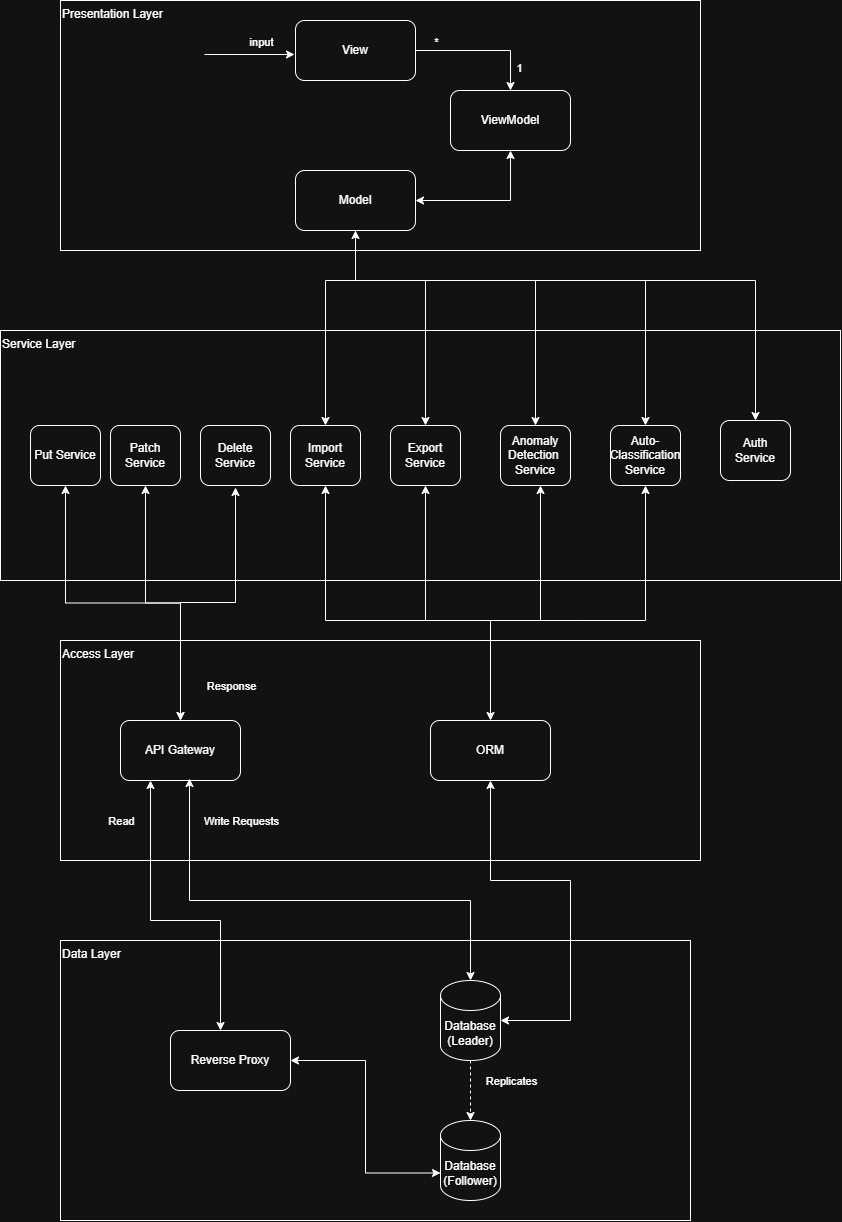
COS301-SE-2026/Mobile-Budgeting-App keeps this draw.io diagram as docs/Architecture_diagram.png. Above is the earlier version. Source tidied: cells renumbered, new cells last; positions are measured from the earlier drawing's top-left corner, leaving out a move shared by most shapes.
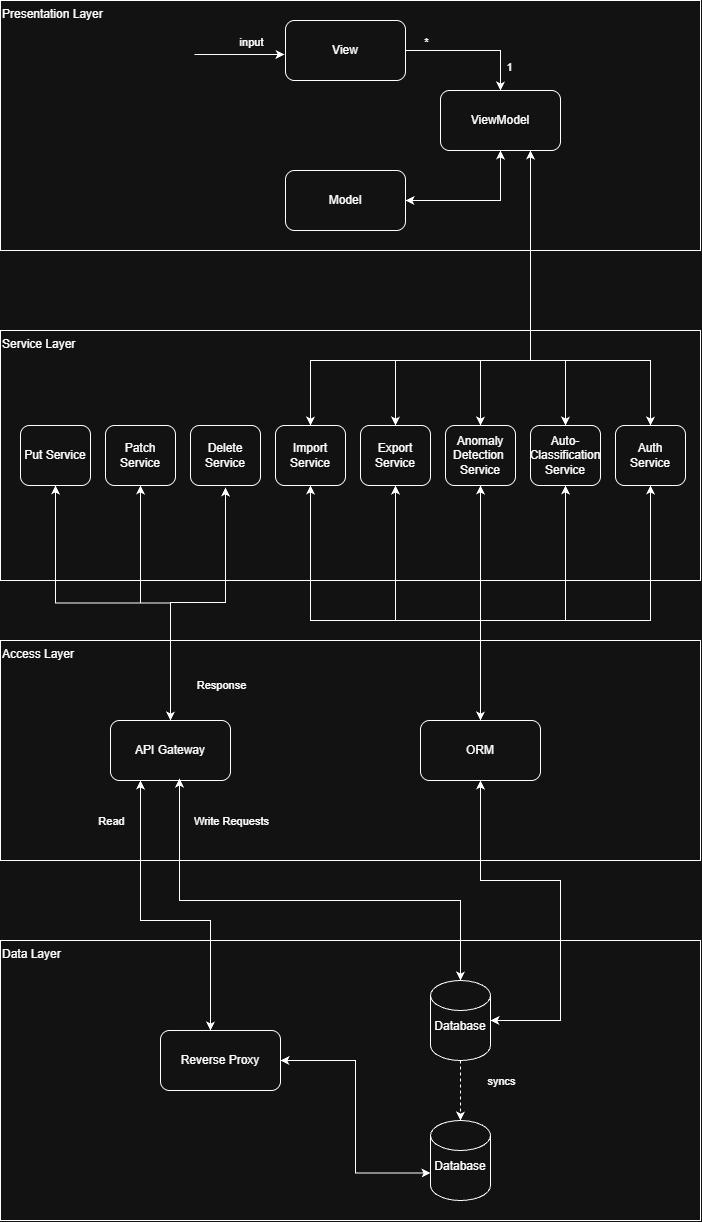
After the commit.

Diff of the diagram source:
```diff
@@ -3,13 +3,13 @@
     <mxCell id="0" />
     <mxCell id="1" parent="0" />
     <mxCell id="2" value="Access Layer" style="rounded=0;whiteSpace=wrap;html=1;align=left;verticalAlign=top;" parent="1" vertex="1">
-      <mxGeometry x="60" y="640" width="640" height="220" as="geometry" />
+      <mxGeometry x="10" y="640" width="700" height="220" as="geometry" />
     </mxCell>
     <mxCell id="3" value="Service Layer" style="rounded=0;whiteSpace=wrap;html=1;align=left;verticalAlign=top;" parent="1" vertex="1">
-      <mxGeometry y="330" width="840" height="250" as="geometry" />
+      <mxGeometry x="10" y="330" width="700" height="250" as="geometry" />
     </mxCell>
     <mxCell id="4" value="Presentation Layer" style="rounded=0;whiteSpace=wrap;html=1;align=left;verticalAlign=top;" parent="1" vertex="1">
-      <mxGeometry x="60" width="640" height="250" as="geometry" />
+      <mxGeometry x="10" width="700" height="250" as="geometry" />
     </mxCell>
     <mxCell id="5" style="edgeStyle=orthogonalEdgeStyle;rounded=0;jettySize=auto;html=1;entryX=0.5;entryY=0;entryDx=0;entryDy=0;" parent="1" edge="1" source="8" target="9">
       <mxGeometry relative="1" as="geometry" />
@@ -33,46 +33,6 @@
     <mxCell id="10" style="edgeStyle=orthogonalEdgeStyle;rounded=0;jettySize=auto;html=1;entryX=0.5;entryY=1;entryDx=0;entryDy=0;startArrow=classic;startFill=1;" parent="1" edge="1" source="16" target="9">
       <mxGeometry relative="1" as="geometry" />
     </mxCell>
-    <mxCell id="11" style="edgeStyle=orthogonalEdgeStyle;rounded=0;jettySize=auto;html=1;exitX=0.5;exitY=1;exitDx=0;exitDy=0;entryX=0.5;entryY=0;entryDx=0;entryDy=0;" parent="1" edge="1" source="16" target="23">
-      <mxGeometry relative="1" as="geometry">
-        <Array as="points">
-          <mxPoint x="355" y="280" />
-          <mxPoint x="325" y="280" />
-        </Array>
-      </mxGeometry>
-    </mxCell>
-    <mxCell id="12" style="edgeStyle=orthogonalEdgeStyle;rounded=0;jettySize=auto;html=1;entryX=0.5;entryY=0;entryDx=0;entryDy=0;" parent="1" edge="1" source="16" target="21">
-      <mxGeometry relative="1" as="geometry">
-        <Array as="points">
-          <mxPoint x="355" y="280" />
-          <mxPoint x="755" y="280" />
-        </Array>
-      </mxGeometry>
-    </mxCell>
-    <mxCell id="13" style="edgeStyle=orthogonalEdgeStyle;rounded=0;jettySize=auto;html=1;entryX=0.5;entryY=0;entryDx=0;entryDy=0;" parent="1" edge="1" source="16" target="25">
-      <mxGeometry relative="1" as="geometry">
-        <Array as="points">
-          <mxPoint x="355" y="280" />
-          <mxPoint x="425" y="280" />
-        </Array>
-      </mxGeometry>
-    </mxCell>
-    <mxCell id="14" style="edgeStyle=orthogonalEdgeStyle;rounded=0;jettySize=auto;html=1;entryX=0.5;entryY=0;entryDx=0;entryDy=0;" parent="1" edge="1" source="16" target="27">
-      <mxGeometry relative="1" as="geometry">
-        <Array as="points">
-          <mxPoint x="355" y="280" />
-          <mxPoint x="535" y="280" />
-        </Array>
-      </mxGeometry>
-    </mxCell>
-    <mxCell id="15" style="edgeStyle=orthogonalEdgeStyle;rounded=0;jettySize=auto;html=1;entryX=0.5;entryY=0;entryDx=0;entryDy=0;startArrow=classic;startFill=1;" parent="1" edge="1" source="16" target="29">
-      <mxGeometry relative="1" as="geometry">
-        <Array as="points">
-          <mxPoint x="355" y="280" />
-          <mxPoint x="645" y="280" />
-        </Array>
-      </mxGeometry>
-    </mxCell>
     <mxCell id="16" value="Model" style="rounded=1;whiteSpace=wrap;html=1;" parent="1" vertex="1">
       <mxGeometry x="295" y="170" width="120" height="60" as="geometry" />
     </mxCell>
@@ -93,31 +53,62 @@
     <mxCell id="20" value="Put Service" style="rounded=1;whiteSpace=wrap;html=1;" parent="1" vertex="1">
       <mxGeometry x="30" y="425" width="70" height="60" as="geometry" />
     </mxCell>
+    <mxCell id="49" style="edgeStyle=orthogonalEdgeStyle;rounded=0;jettySize=auto;html=1;entryX=0.5;entryY=0;entryDx=0;entryDy=0;startArrow=classic;startFill=1;" parent="1" edge="1" source="21" target="37">
+      <mxGeometry relative="1" as="geometry">
+        <Array as="points">
+          <mxPoint x="660" y="619.9" />
+          <mxPoint x="490" y="619.9" />
+        </Array>
+      </mxGeometry>
+    </mxCell>
+    <mxCell id="50" style="edgeStyle=orthogonalEdgeStyle;rounded=0;jettySize=auto;html=1;entryX=0.75;entryY=1;entryDx=0;entryDy=0;startArrow=classic;startFill=1;" parent="1" edge="1" source="21" target="9">
+      <mxGeometry relative="1" as="geometry">
+        <Array as="points">
+          <mxPoint x="660" y="359.9" />
+          <mxPoint x="540" y="359.9" />
+        </Array>
+      </mxGeometry>
+    </mxCell>
     <mxCell id="21" value="Auth&lt;div&gt;Service&lt;/div&gt;" style="rounded=1;whiteSpace=wrap;html=1;" parent="1" vertex="1">
-      <mxGeometry x="720" y="420" width="70" height="60" as="geometry" />
+      <mxGeometry x="625" y="425" width="70" height="60" as="geometry" />
     </mxCell>
     <mxCell id="22" style="edgeStyle=orthogonalEdgeStyle;rounded=0;jettySize=auto;html=1;endArrow=none;endFill=0;startArrow=classic;startFill=1;" parent="1" edge="1" source="23">
       <mxGeometry relative="1" as="geometry">
         <mxPoint x="580" y="620" as="targetPoint" />
         <Array as="points">
-          <mxPoint x="325" y="620" />
-          <mxPoint x="580" y="620" />
+          <mxPoint x="320" y="619.9" />
         </Array>
       </mxGeometry>
     </mxCell>
+    <mxCell id="51" style="edgeStyle=orthogonalEdgeStyle;rounded=0;jettySize=auto;html=1;entryX=0.75;entryY=1;entryDx=0;entryDy=0;startArrow=classic;startFill=1;" parent="1" edge="1" source="23" target="9">
+      <mxGeometry relative="1" as="geometry">
+        <Array as="points">
+          <mxPoint x="320" y="359.9" />
+          <mxPoint x="540" y="359.9" />
+        </Array>
+      </mxGeometry>
+    </mxCell>
     <mxCell id="23" value="&amp;nbsp;Import&amp;nbsp;&lt;div&gt;Service&lt;/div&gt;" style="rounded=1;whiteSpace=wrap;html=1;" parent="1" vertex="1">
-      <mxGeometry x="290" y="425" width="70" height="60" as="geometry" />
+      <mxGeometry x="285" y="425" width="70" height="60" as="geometry" />
     </mxCell>
     <mxCell id="24" style="edgeStyle=orthogonalEdgeStyle;rounded=0;jettySize=auto;html=1;endArrow=classic;endFill=1;startArrow=classic;startFill=1;entryX=0.5;entryY=0;entryDx=0;entryDy=0;" parent="1" edge="1" source="25" target="37">
       <mxGeometry relative="1" as="geometry">
         <Array as="points">
-          <mxPoint x="425" y="620" />
-          <mxPoint x="490" y="620" />
+          <mxPoint x="405.1" y="619.9" />
+          <mxPoint x="490" y="619.9" />
         </Array>
       </mxGeometry>
     </mxCell>
+    <mxCell id="52" style="edgeStyle=orthogonalEdgeStyle;rounded=0;jettySize=auto;html=1;entryX=0.75;entryY=1;entryDx=0;entryDy=0;startArrow=classic;startFill=1;" parent="1" edge="1" source="25" target="9">
+      <mxGeometry relative="1" as="geometry">
+        <Array as="points">
+          <mxPoint x="405.1" y="359.9" />
+          <mxPoint x="540" y="359.9" />
+        </Array>
+      </mxGeometry>
+    </mxCell>
     <mxCell id="25" value="Export&lt;div&gt;Service&lt;/div&gt;" style="rounded=1;whiteSpace=wrap;html=1;" parent="1" vertex="1">
-      <mxGeometry x="390" y="425" width="70" height="60" as="geometry" />
+      <mxGeometry x="370" y="425" width="70" height="60" as="geometry" />
     </mxCell>
     <mxCell id="26" style="edgeStyle=orthogonalEdgeStyle;rounded=0;jettySize=auto;html=1;endArrow=none;endFill=0;startArrow=classic;startFill=1;" parent="1" edge="1" source="27">
       <mxGeometry relative="1" as="geometry">
@@ -128,8 +119,16 @@
         </Array>
       </mxGeometry>
     </mxCell>
+    <mxCell id="53" style="edgeStyle=orthogonalEdgeStyle;rounded=0;jettySize=auto;html=1;entryX=0.75;entryY=1;entryDx=0;entryDy=0;startArrow=classic;startFill=1;" parent="1" edge="1" source="27" target="9">
+      <mxGeometry relative="1" as="geometry">
+        <Array as="points">
+          <mxPoint x="490" y="359.9" />
+          <mxPoint x="540" y="359.9" />
+        </Array>
+      </mxGeometry>
+    </mxCell>
     <mxCell id="27" value="Anomaly&lt;div&gt;Detection&amp;nbsp;&lt;/div&gt;&lt;div&gt;Service&lt;/div&gt;" style="rounded=1;whiteSpace=wrap;html=1;" parent="1" vertex="1">
-      <mxGeometry x="500" y="425" width="70" height="60" as="geometry" />
+      <mxGeometry x="455" y="425" width="70" height="60" as="geometry" />
     </mxCell>
     <mxCell id="28" style="edgeStyle=orthogonalEdgeStyle;rounded=0;jettySize=auto;html=1;exitX=0.5;exitY=1;exitDx=0;exitDy=0;endArrow=none;endFill=0;startArrow=classic;startFill=1;" parent="1" edge="1" source="29">
       <mxGeometry relative="1" as="geometry">
@@ -140,24 +139,32 @@
         </Array>
       </mxGeometry>
     </mxCell>
+    <mxCell id="54" style="edgeStyle=orthogonalEdgeStyle;rounded=0;jettySize=auto;html=1;entryX=0.75;entryY=1;entryDx=0;entryDy=0;startArrow=classic;startFill=1;" parent="1" edge="1" source="29" target="9">
+      <mxGeometry relative="1" as="geometry">
+        <Array as="points">
+          <mxPoint x="575.1" y="359.9" />
+          <mxPoint x="540" y="359.9" />
+        </Array>
+      </mxGeometry>
+    </mxCell>
     <mxCell id="29" value="Auto-&lt;div&gt;Classification&lt;/div&gt;&lt;div&gt;Service&lt;/div&gt;" style="rounded=1;whiteSpace=wrap;html=1;" parent="1" vertex="1">
-      <mxGeometry x="610" y="425" width="70" height="60" as="geometry" />
+      <mxGeometry x="540" y="425" width="70" height="60" as="geometry" />
     </mxCell>
     <mxCell id="30" value="API Gateway" style="rounded=1;whiteSpace=wrap;html=1;" parent="1" vertex="1">
       <mxGeometry x="120" y="720" width="120" height="60" as="geometry" />
     </mxCell>
     <mxCell id="31" value="Data Layer" style="rounded=0;whiteSpace=wrap;html=1;align=left;verticalAlign=top;" parent="1" vertex="1">
-      <mxGeometry x="60" y="940" width="630" height="280" as="geometry" />
+      <mxGeometry x="10" y="940" width="700" height="280" as="geometry" />
     </mxCell>
     <mxCell id="32" style="edgeStyle=orthogonalEdgeStyle;rounded=0;jettySize=auto;html=1;dashed=1;" parent="1" edge="1" source="34" target="39">
       <mxGeometry relative="1" as="geometry" />
     </mxCell>
-    <mxCell id="33" value="Replicates" style="edgeLabel;html=1;align=center;verticalAlign=middle;" parent="32" vertex="1">
+    <mxCell id="33" value="syncs" style="edgeLabel;html=1;align=center;verticalAlign=middle;" parent="32" vertex="1">
       <mxGeometry x="-0.33" y="-1" relative="1" as="geometry">
         <mxPoint x="41" as="offset" />
       </mxGeometry>
     </mxCell>
-    <mxCell id="34" value="Database&lt;div&gt;(Leader)&lt;/div&gt;" style="shape=cylinder3;whiteSpace=wrap;html=1;boundedLbl=1;backgroundOutline=1;size=15;" parent="1" vertex="1">
+    <mxCell id="34" value="Database&lt;div&gt;&lt;br&gt;&lt;/div&gt;" style="shape=cylinder3;whiteSpace=wrap;html=1;boundedLbl=1;backgroundOutline=1;size=15;" parent="1" vertex="1">
       <mxGeometry x="440" y="980" width="60" height="80" as="geometry" />
     </mxCell>
     <mxCell id="35" style="edgeStyle=orthogonalEdgeStyle;rounded=0;jettySize=auto;html=1;entryX=0.575;entryY=0.967;entryDx=0;entryDy=0;entryPerimeter=0;startArrow=classic;startFill=1;" parent="1" edge="1" source="34" target="30">
@@ -185,14 +192,14 @@
         </Array>
       </mxGeometry>
     </mxCell>
-    <mxCell id="39" value="Database&lt;div&gt;(Follower)&lt;/div&gt;" style="shape=cylinder3;whiteSpace=wrap;html=1;boundedLbl=1;backgroundOutline=1;size=15;" parent="1" vertex="1">
+    <mxCell id="39" value="Database&lt;div&gt;&lt;br&gt;&lt;/div&gt;" style="shape=cylinder3;whiteSpace=wrap;html=1;boundedLbl=1;backgroundOutline=1;size=15;" parent="1" vertex="1">
       <mxGeometry x="440" y="1120" width="60" height="80" as="geometry" />
     </mxCell>
     <mxCell id="40" style="edgeStyle=orthogonalEdgeStyle;rounded=0;jettySize=auto;html=1;exitX=0.5;exitY=1;exitDx=0;exitDy=0;entryX=0.5;entryY=0;entryDx=0;entryDy=0;startArrow=classic;startFill=1;" parent="1" edge="1" source="41" target="30">
       <mxGeometry relative="1" as="geometry" />
     </mxCell>
     <mxCell id="41" value="Patch Service" style="rounded=1;whiteSpace=wrap;html=1;" parent="1" vertex="1">
-      <mxGeometry x="110" y="425" width="70" height="60" as="geometry" />
+      <mxGeometry x="115" y="425" width="70" height="60" as="geometry" />
     </mxCell>
     <mxCell id="42" style="edgeStyle=orthogonalEdgeStyle;rounded=0;orthogonalLoop=1;jettySize=auto;html=1;exitX=0.5;exitY=1;exitDx=0;exitDy=0;endArrow=none;endFill=0;startArrow=classic;startFill=1;" parent="1" edge="1">
       <mxGeometry relative="1" as="geometry">
```
